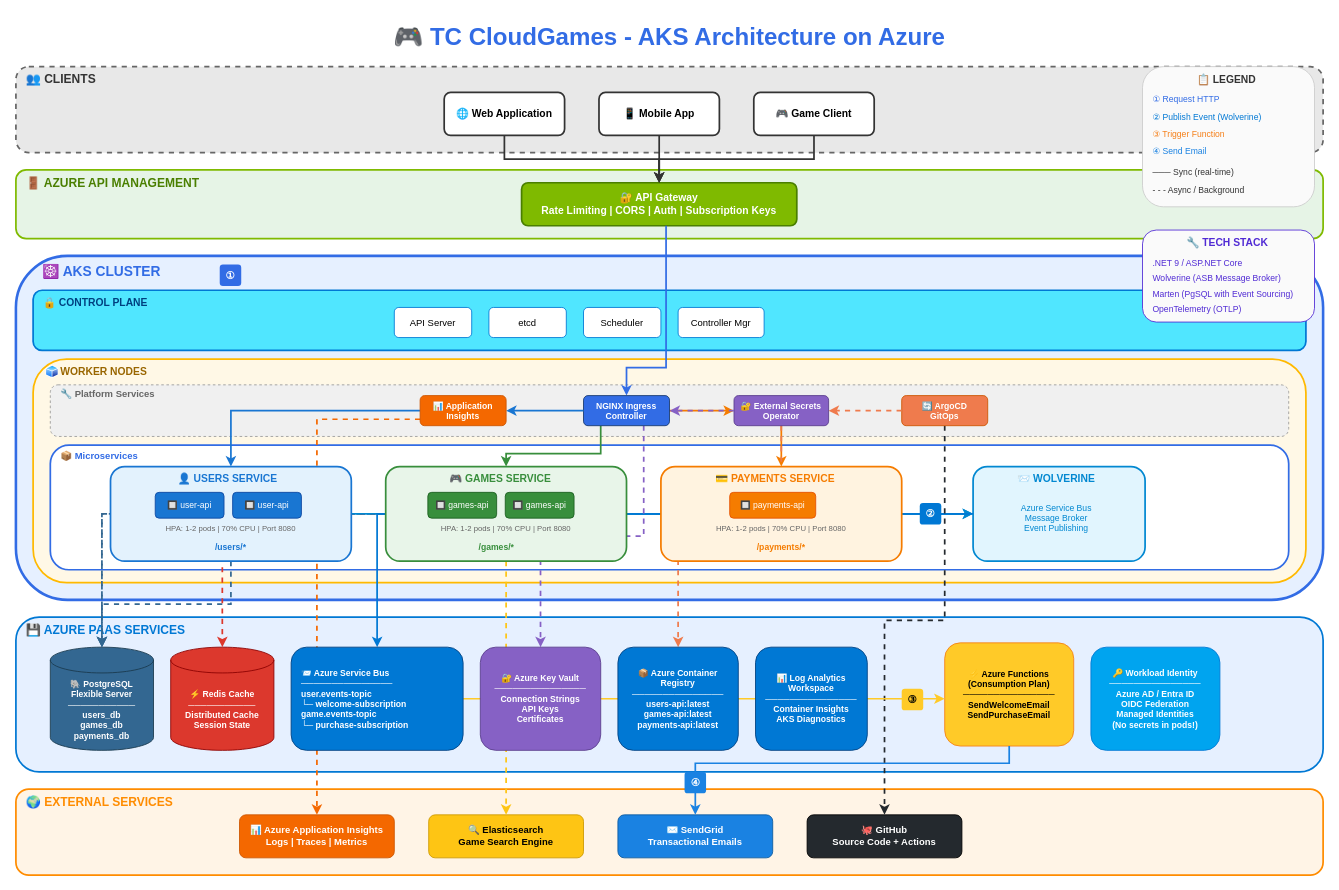
The draw.io diagram docs/tc-cloudgames-aks-architecture.drawio in rdpresser/tc-cloudgames-solution, before the edit. Source tidied: cells renumbered, new cells numbered last; positions are measured from the earlier drawing's top-left corner, leaving out a move shared by most shapes. Both pictures are drawn from the tidied source at 86%, with x=0, y=0 at pixel (15, 15).
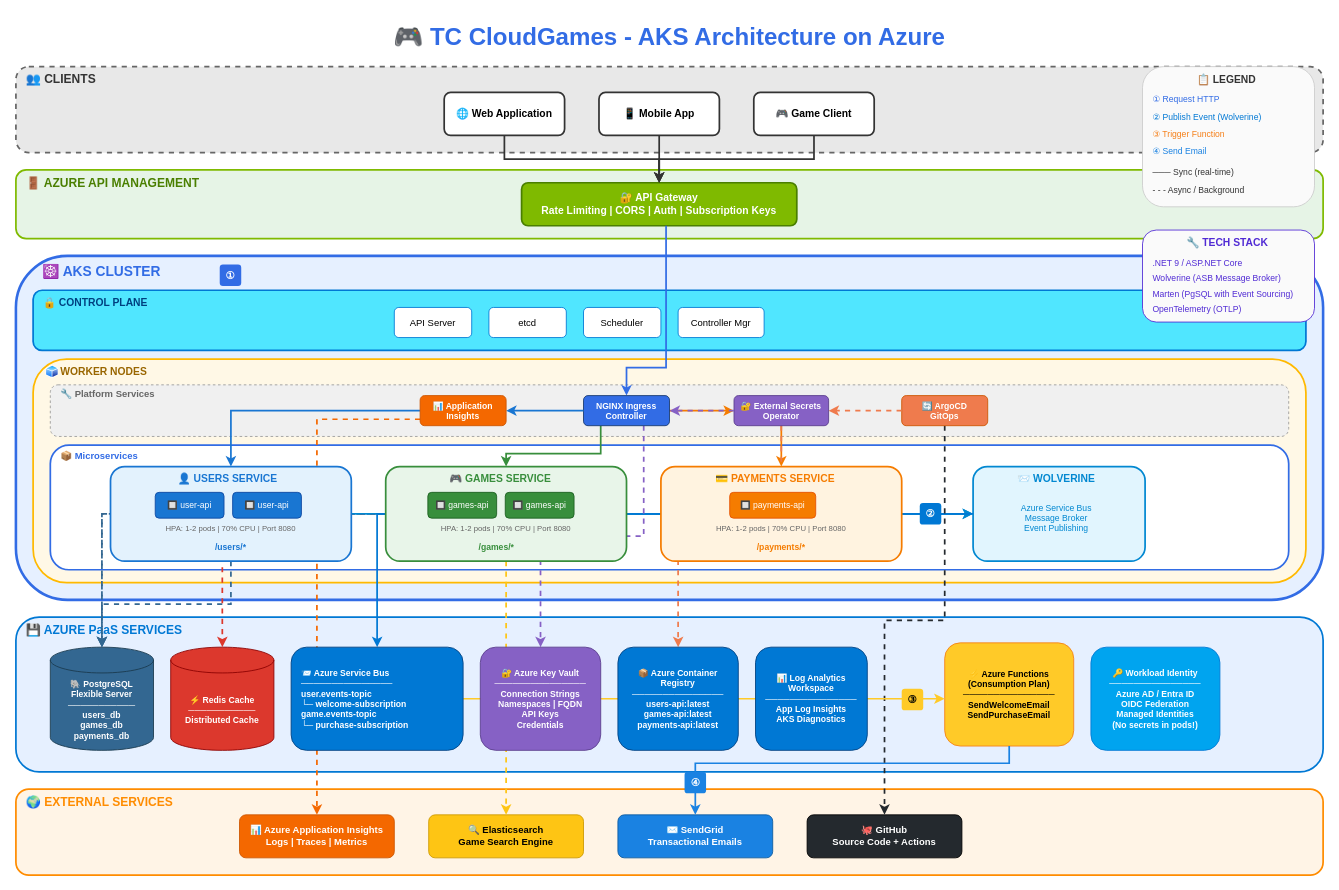
The same page after the edit.

Commit message:
Implement feature X to enhance user experience and optimize performance

What changed in the source:
```diff
@@
-    <mxCell id="29" value="💾 AZURE PAAS SERVICES" style="text;html=1;strokeColor=none;fillColor=none;align=left;verticalAlign=middle;whiteSpace=wrap;rounded=0;fontSize=14;fontStyle=1;fontColor=#0078D4;" parent="1" vertex="1">
+    <mxCell id="29" value="💾 AZURE PaaS SERVICES" style="text;html=1;strokeColor=none;fillColor=none;align=left;verticalAlign=middle;whiteSpace=wrap;rounded=0;fontSize=14;fontStyle=1;fontColor=#0078D4;" parent="1" vertex="1">
       <mxGeometry x="10" y="705" width="250" height="20" as="geometry" />
     </mxCell>
@@
-    <mxCell id="31" value="⚡ Redis Cache&#10;───────────&#10;Distributed Cache&#10;Session State" style="shape=cylinder3;whiteSpace=wrap;html=1;boundedLbl=1;backgroundOutline=1;size=15;fillColor=#DC382D;strokeColor=#8B0000;fontColor=#FFFFFF;fontSize=10;fontStyle=1;" parent="1" vertex="1">
+    <mxCell id="31" value="⚡ Redis Cache&lt;br&gt;───────────&lt;br&gt;Distributed Cache" style="shape=cylinder3;whiteSpace=wrap;html=1;boundedLbl=1;backgroundOutline=1;size=15;fillColor=#DC382D;strokeColor=#8B0000;fontColor=#FFFFFF;fontSize=10;fontStyle=1;" parent="1" vertex="1">
       <mxGeometry x="180" y="735" width="120" height="120" as="geometry" />
     </mxCell>
@@
-    <mxCell id="79" value="📊 Log Analytics&#10;Workspace&#10;───────────────&#10;Container Insights&#10;AKS Diagnostics" style="rounded=1;whiteSpace=wrap;html=1;fillColor=#0078D4;strokeColor=#004080;fontColor=#FFFFFF;fontSize=10;fontStyle=1;" parent="1" vertex="1">
+    <mxCell id="79" value="📊 Log Analytics&lt;br&gt;Workspace&lt;br&gt;───────────────&lt;br&gt;App Log Insights&lt;br&gt;AKS Diagnostics" style="rounded=1;whiteSpace=wrap;html=1;fillColor=#0078D4;strokeColor=#004080;fontColor=#FFFFFF;fontSize=10;fontStyle=1;" parent="1" vertex="1">
       <mxGeometry x="860" y="735" width="130" height="120" as="geometry" />
     </mxCell>
@@
-    <mxCell id="81" value="🔐 Azure Key Vault&#10;───────────────&#10;Connection Strings&#10;API Keys&#10;Certificates" style="rounded=1;whiteSpace=wrap;html=1;fillColor=#8661C5;strokeColor=#5A3D8C;fontColor=#FFFFFF;fontSize=10;fontStyle=1;" parent="1" vertex="1">
+    <mxCell id="81" value="🔐 Azure Key Vault&lt;br&gt;───────────────&lt;br&gt;Connection Strings&lt;div&gt;Namespaces | FQDN&lt;br&gt;API Keys&lt;br&gt;Credentials&lt;/div&gt;" style="rounded=1;whiteSpace=wrap;html=1;fillColor=#8661C5;strokeColor=#5A3D8C;fontColor=#FFFFFF;fontSize=10;fontStyle=1;" parent="1" vertex="1">
       <mxGeometry x="540" y="735" width="140" height="120" as="geometry" />
     </mxCell>
```
